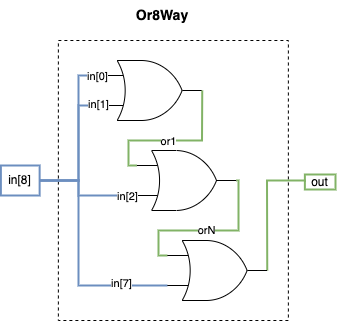
pwbrown/nand2tetris keeps this draw.io diagram as course1/project1/diagrams/or8way.png. Above is the earlier version. Source tidied: cells renumbered, new cells last; positions are measured from the earlier drawing's top-left corner, leaving out a move shared by most shapes.
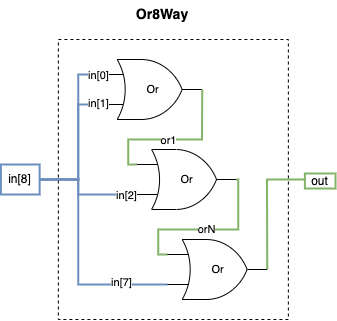
The same file after the commit.

Diff of the diagram source:
```diff
@@ -20,10 +20,10 @@
         <mxPoint x="225.4" y="175" as="targetPoint" />
       </mxGeometry>
     </mxCell>
-    <mxCell id="7" style="verticalLabelPosition=bottom;shadow=0;dashed=0;align=center;html=1;verticalAlign=top;shape=mxgraph.electrical.logic_gates.logic_gate;operation=or;fontFamily=Helvetica;fontSize=11;fontColor=default;labelBackgroundColor=default;" parent="1" vertex="1">
+    <mxCell id="7" value="Or" style="verticalLabelPosition=middle;shadow=0;dashed=0;align=center;html=1;verticalAlign=middle;shape=mxgraph.electrical.logic_gates.logic_gate;operation=or;fontFamily=Helvetica;fontSize=11;fontColor=default;labelBackgroundColor=default;labelPosition=center;" parent="1" vertex="1">
       <mxGeometry x="101.6" y="60" width="100" height="60" as="geometry" />
     </mxCell>
-    <mxCell id="8" style="verticalLabelPosition=bottom;shadow=0;dashed=0;align=center;html=1;verticalAlign=top;shape=mxgraph.electrical.logic_gates.logic_gate;operation=or;fontFamily=Helvetica;fontSize=11;fontColor=default;labelBackgroundColor=default;" parent="1" vertex="1">
+    <mxCell id="8" value="Or" style="verticalLabelPosition=middle;shadow=0;dashed=0;align=center;html=1;verticalAlign=middle;shape=mxgraph.electrical.logic_gates.logic_gate;operation=or;fontFamily=Helvetica;fontSize=11;fontColor=default;labelBackgroundColor=default;labelPosition=center;" parent="1" vertex="1">
       <mxGeometry x="136" y="150" width="100" height="60" as="geometry" />
     </mxCell>
     <mxCell id="9" style="edgeStyle=orthogonalEdgeStyle;shape=connector;rounded=0;jettySize=auto;html=1;exitX=1;exitY=0.5;exitDx=0;exitDy=0;exitPerimeter=0;entryX=0;entryY=0.5;entryDx=0;entryDy=0;strokeColor=#82b366;align=center;verticalAlign=middle;fontFamily=Helvetica;fontSize=11;fontColor=default;labelBackgroundColor=default;startFill=0;endArrow=none;fillColor=#d5e8d4;strokeWidth=2;" parent="1" edge="1" source="10" target="4">
@@ -33,7 +33,7 @@
         </Array>
       </mxGeometry>
     </mxCell>
-    <mxCell id="10" style="verticalLabelPosition=bottom;shadow=0;dashed=0;align=center;html=1;verticalAlign=top;shape=mxgraph.electrical.logic_gates.logic_gate;operation=or;fontFamily=Helvetica;fontSize=11;fontColor=default;labelBackgroundColor=default;" parent="1" vertex="1">
+    <mxCell id="10" value="Or" style="verticalLabelPosition=middle;shadow=0;dashed=0;align=center;html=1;verticalAlign=middle;shape=mxgraph.electrical.logic_gates.logic_gate;operation=or;fontFamily=Helvetica;fontSize=11;fontColor=default;labelBackgroundColor=default;labelPosition=center;" parent="1" vertex="1">
       <mxGeometry x="166.6" y="240" width="100" height="60" as="geometry" />
     </mxCell>
     <mxCell id="11" style="edgeStyle=orthogonalEdgeStyle;shape=connector;rounded=0;jettySize=auto;html=1;exitX=1;exitY=0.5;exitDx=0;exitDy=0;exitPerimeter=0;entryX=0;entryY=0.25;entryDx=0;entryDy=0;entryPerimeter=0;strokeColor=#82b366;align=center;verticalAlign=middle;fontFamily=Helvetica;fontSize=11;fontColor=default;labelBackgroundColor=default;startFill=0;endArrow=none;fillColor=#d5e8d4;strokeWidth=2;" parent="1" edge="1" source="8" target="10">
```
